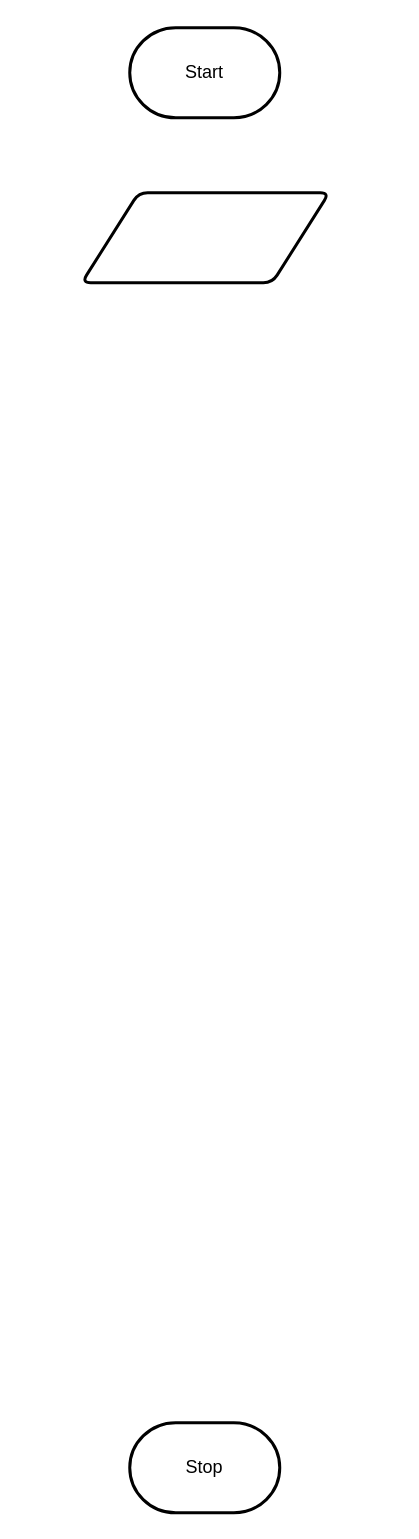
MTHS-ICD2O-1-2023/ICD2O-Unit-5-08-tymofii-stepanov keeps this draw.io diagram as design/flowchart.drawio. Above is the earlier version. Source tidied: cells renumbered, new cells numbered last; positions are measured from the earlier drawing's top-left corner, leaving out a move shared by most shapes. Both pictures are drawn from the tidied source at 150%, with x=0, y=0 at pixel (81, 27).
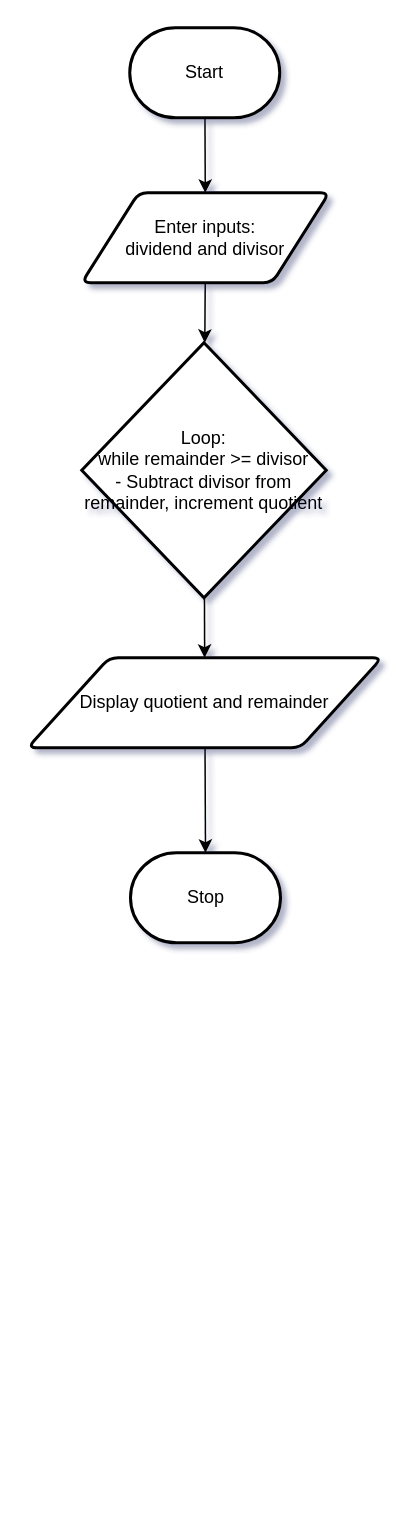
The same page after the edit.

Diff of the diagram source:
```diff
@@
-<mxGraphModel>
+<mxGraphModel shadow="1">
   <root>
     <mxCell id="0" />
     <mxCell id="1" parent="0" />
+    <mxCell id="5" style="edgeStyle=none;html=1;" parent="1" edge="1" source="2" target="4">
+      <mxGeometry relative="1" as="geometry" />
+    </mxCell>
     <mxCell id="2" value="Start" style="strokeWidth=2;html=1;shape=mxgraph.flowchart.terminator;whiteSpace=wrap;" parent="1" vertex="1">
       <mxGeometry x="32" width="100" height="60" as="geometry" />
     </mxCell>
     <mxCell id="3" value="Stop" style="strokeWidth=2;html=1;shape=mxgraph.flowchart.terminator;whiteSpace=wrap;" parent="1" vertex="1">
-      <mxGeometry x="32" y="930" width="100" height="60" as="geometry" />
+      <mxGeometry x="32.5" y="550" width="100" height="60" as="geometry" />
     </mxCell>
+    <mxCell id="6" style="edgeStyle=none;html=1;" parent="1" edge="1" source="4" target="9">
+      <mxGeometry relative="1" as="geometry" />
+    </mxCell>
-    <mxCell id="4" style="shape=parallelogram;html=1;strokeWidth=2;perimeter=parallelogramPerimeter;whiteSpace=wrap;rounded=1;arcSize=12;size=0.23;" parent="1" vertex="1">
+    <mxCell id="4" value="Enter inputs:&lt;br&gt;dividend and divisor" style="shape=parallelogram;html=1;strokeWidth=2;perimeter=parallelogramPerimeter;whiteSpace=wrap;rounded=1;arcSize=12;size=0.23;" parent="1" vertex="1">
       <mxGeometry y="110" width="165" height="60" as="geometry" />
     </mxCell>
+    <mxCell id="7" style="edgeStyle=none;html=1;" parent="1" edge="1" source="9">
+      <mxGeometry relative="1" as="geometry">
+        <mxPoint x="82" y="360" as="targetPoint" />
+      </mxGeometry>
+    </mxCell>
+    <mxCell id="8" style="edgeStyle=none;html=1;" parent="1" edge="1" source="9" target="11">
+      <mxGeometry relative="1" as="geometry" />
+    </mxCell>
+    <mxCell id="9" value="&lt;div&gt;Loop:&lt;/div&gt;&lt;div&gt;while remainder &amp;gt;= divisor&lt;/div&gt;&lt;div&gt;- Subtract divisor from remainder, increment quotient&lt;/div&gt;" style="strokeWidth=2;html=1;shape=mxgraph.flowchart.decision;whiteSpace=wrap;" parent="1" vertex="1">
+      <mxGeometry y="210" width="163" height="170" as="geometry" />
+    </mxCell>
+    <mxCell id="10" style="edgeStyle=none;html=1;entryX=0.5;entryY=0;entryDx=0;entryDy=0;entryPerimeter=0;" parent="1" edge="1" source="11" target="3">
+      <mxGeometry relative="1" as="geometry" />
+    </mxCell>
+    <mxCell id="11" value="Display quotient and remainder" style="shape=parallelogram;html=1;strokeWidth=2;perimeter=parallelogramPerimeter;whiteSpace=wrap;rounded=1;arcSize=12;size=0.23;" parent="1" vertex="1">
+      <mxGeometry x="-36" y="420" width="236.1" height="60" as="geometry" />
+    </mxCell>
   </root>
 </mxGraphModel>
```
